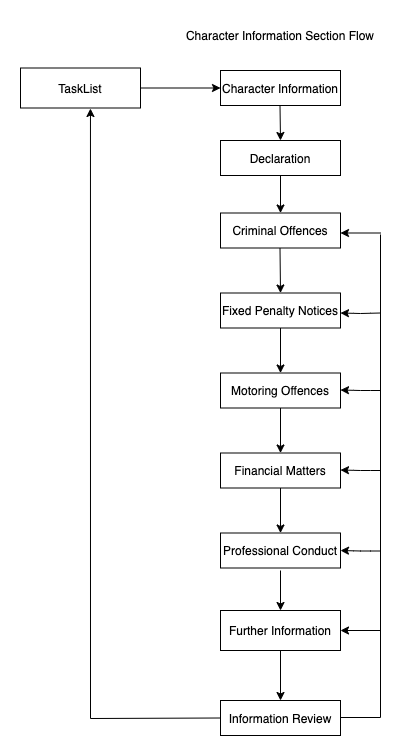
Before: docs/architecture/code-diagrams/flow.png, a diagram exported from draw.io (jac-uk/documentation). Source tidied: cells renumbered, new cells last; positions are measured from the earlier drawing's top-left corner, leaving out a move shared by most shapes.
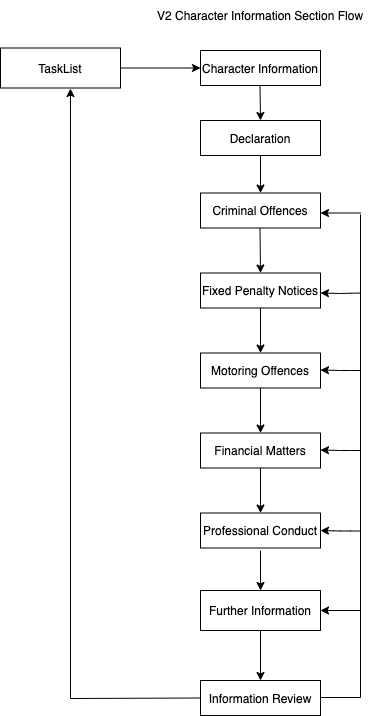
Above is the later version.

Change to the diagram source:
```diff
@@ -47,7 +47,7 @@
     <mxCell id="14" style="endArrow=classic;html=1;exitX=0.5;exitY=1;exitDx=0;exitDy=0;" parent="1" edge="1" source="4" target="8">
       <mxGeometry relative="1" as="geometry" />
     </mxCell>
-    <mxCell id="15" value="Character Information Section Flow" style="text;html=1;strokeColor=none;fillColor=none;align=center;verticalAlign=middle;whiteSpace=wrap;rounded=0;" parent="1" vertex="1">
+    <mxCell id="15" value="V2 Character Information Section Flow" style="text;html=1;strokeColor=none;fillColor=none;align=center;verticalAlign=middle;whiteSpace=wrap;rounded=0;" parent="1" vertex="1">
       <mxGeometry x="155" width="210" height="30" as="geometry" />
     </mxCell>
     <mxCell id="16" value="TaskList" style="rounded=0;whiteSpace=wrap;html=1;" parent="1" vertex="1">
```
